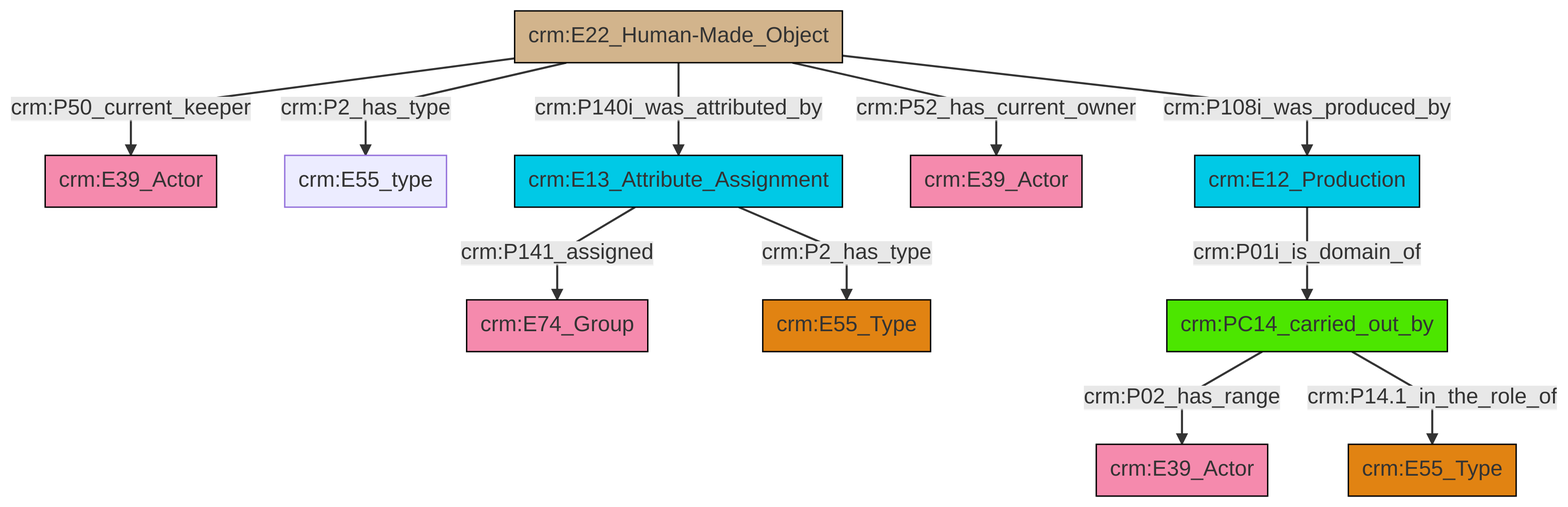
Above: et/artworkCSV/ttl/mmd/png/Artwork_Actor_Relations.png in swiss-art-research-net/reference-data-models (Mermaid), before the change. Its source is kept beside it as et/artworkCSV/ttl/mmd/Artwork_Actor_Relations.ttl.mmd.
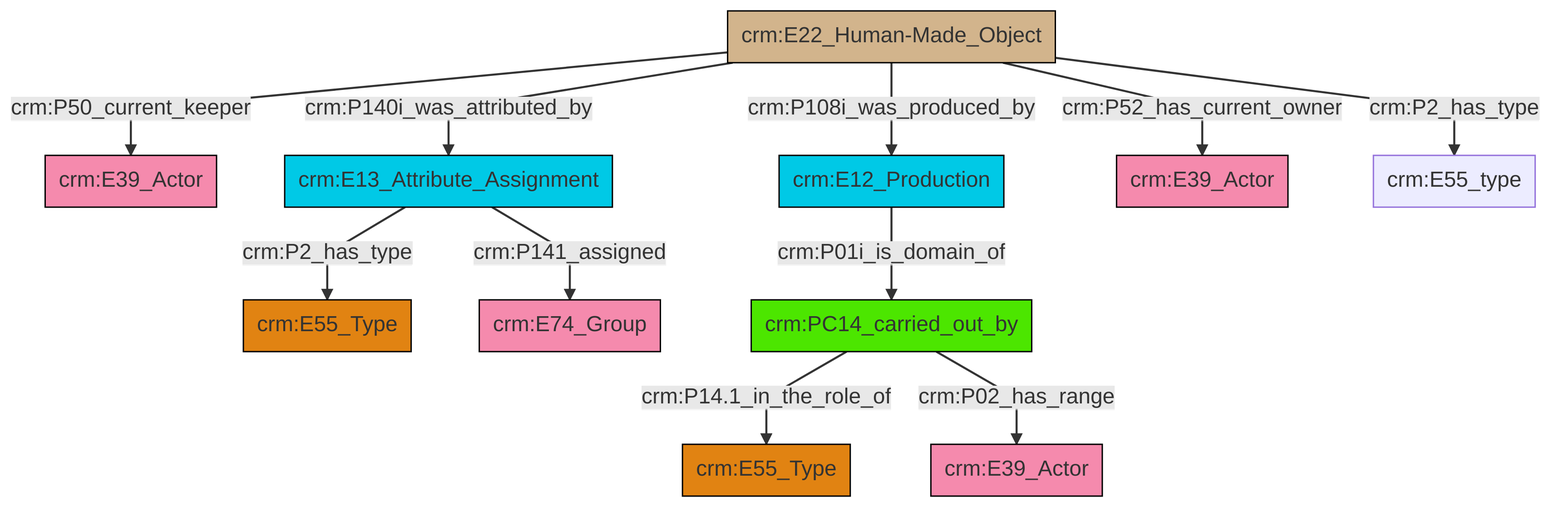
Later version of the same file.

Change to the diagram source:
```diff
@@ -13,13 +13,13 @@
 classDef PC_Classes fill:#4ce600, stroke:#000000;
 classDef Multi fill:#cccccc,stroke:#000000;
 
-4["crm:PC14_carried_out_by"]:::PC_Classes -->|crm:P02_has_range| 2["crm:E39_Actor"]:::Actor
-5["crm:E12_Production"]:::Temporal_Entity -->|crm:P01i_is_domain_of| 4["crm:PC14_carried_out_by"]:::PC_Classes
-6["crm:E22_Human-Made_Object"]:::Physical_Thing -->|crm:P50_current_keeper| 7["crm:E39_Actor"]:::Actor
-4["crm:PC14_carried_out_by"]:::PC_Classes -->|crm:P14.1_in_the_role_of| 10["crm:E55_Type"]:::Type
-6["crm:E22_Human-Made_Object"]:::Physical_Thing -->|crm:P2_has_type| 11["crm:E55_type"]:::Default
-8["crm:E13_Attribute_Assignment"]:::Temporal_Entity -->|crm:P141_assigned| 12["crm:E74_Group"]:::Actor
-6["crm:E22_Human-Made_Object"]:::Physical_Thing -->|crm:P140i_was_attributed_by| 8["crm:E13_Attribute_Assignment"]:::Temporal_Entity
-6["crm:E22_Human-Made_Object"]:::Physical_Thing -->|crm:P52_has_current_owner| 15["crm:E39_Actor"]:::Actor
-8["crm:E13_Attribute_Assignment"]:::Temporal_Entity -->|crm:P2_has_type| 0["crm:E55_Type"]:::Type
-6["crm:E22_Human-Made_Object"]:::Physical_Thing -->|crm:P108i_was_produced_by| 5["crm:E12_Production"]:::Temporal_Entity
+4["crm:E22_Human-Made_Object"]:::Physical_Thing -->|crm:P50_current_keeper| 0["crm:E39_Actor"]:::Actor
+2["crm:E13_Attribute_Assignment"]:::Temporal_Entity -->|crm:P2_has_type| 5["crm:E55_Type"]:::Type
+4["crm:E22_Human-Made_Object"]:::Physical_Thing -->|crm:P108i_was_produced_by| 7["crm:E12_Production"]:::Temporal_Entity
+13["crm:PC14_carried_out_by"]:::PC_Classes -->|crm:P14.1_in_the_role_of| 14["crm:E55_Type"]:::Type
+4["crm:E22_Human-Made_Object"]:::Physical_Thing -->|crm:P2_has_type| 18["crm:E55_type"]:::Default
+7["crm:E12_Production"]:::Temporal_Entity -->|crm:P01i_is_domain_of| 13["crm:PC14_carried_out_by"]:::PC_Classes
+13["crm:PC14_carried_out_by"]:::PC_Classes -->|crm:P02_has_range| 15["crm:E39_Actor"]:::Actor
+2["crm:E13_Attribute_Assignment"]:::Temporal_Entity -->|crm:P141_assigned| 10["crm:E74_Group"]:::Actor
+4["crm:E22_Human-Made_Object"]:::Physical_Thing -->|crm:P52_has_current_owner| 8["crm:E39_Actor"]:::Actor
+4["crm:E22_Human-Made_Object"]:::Physical_Thing -->|crm:P140i_was_attributed_by| 2["crm:E13_Attribute_Assignment"]:::Temporal_Entity
```
